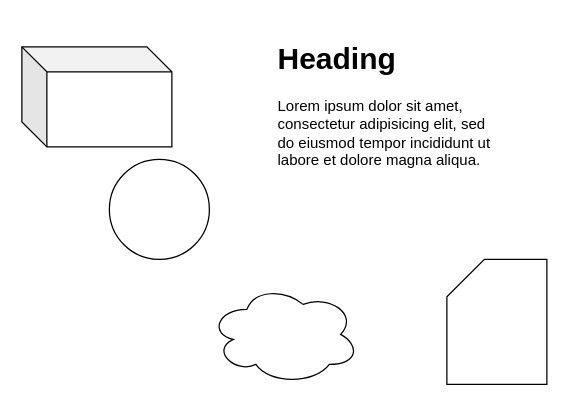
The draw.io diagram diagrama.drawio in Albertogc25/proyecto_lasa-a, before the edit. Source tidied: cells renumbered, new cells numbered last; positions are measured from the earlier drawing's top-left corner, leaving out a move shared by most shapes. Both pictures are drawn from the tidied source at 125%, with x=0, y=0 at pixel (21, 34).
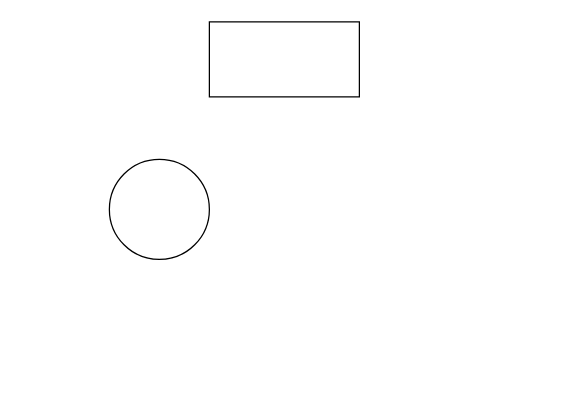
After the change.

Change to the diagram source:
```diff
@@
 <mxGraphModel>
   <root>
     <mxCell id="0" />
     <mxCell id="1" parent="0" />
     <mxCell id="2" style="ellipse;whiteSpace=wrap;html=1;" parent="1" vertex="1">
       <mxGeometry x="70" y="100" width="80" height="80" as="geometry" />
     </mxCell>
-    <mxCell id="3" value="&lt;h1&gt;Heading&lt;/h1&gt;&lt;p&gt;Lorem ipsum dolor sit amet, consectetur adipisicing elit, sed do eiusmod tempor incididunt ut labore et dolore magna aliqua.&lt;/p&gt;" style="text;html=1;strokeColor=none;fillColor=none;spacing=5;spacingTop=-20;whiteSpace=wrap;overflow=hidden;rounded=0;" parent="1" vertex="1">
-      <mxGeometry x="200" width="190" height="120" as="geometry" />
-    </mxCell>
-    <mxCell id="4" style="ellipse;shape=cloud;whiteSpace=wrap;html=1;" parent="1" vertex="1">
-      <mxGeometry x="150" y="200" width="120" height="80" as="geometry" />
-    </mxCell>
-    <mxCell id="5" style="shape=cube;whiteSpace=wrap;html=1;boundedLbl=1;backgroundOutline=1;darkOpacity=0.05;darkOpacity2=0.1;" parent="1" vertex="1">
-      <mxGeometry y="10" width="120" height="80" as="geometry" />
-    </mxCell>
-    <mxCell id="6" style="shape=card;whiteSpace=wrap;html=1;" parent="1" vertex="1">
-      <mxGeometry x="340" y="180" width="80" height="100" as="geometry" />
-    </mxCell>
+    <mxCell id="7" style="rounded=0;whiteSpace=wrap;html=1;" parent="1" vertex="1">
+      <mxGeometry x="150" y="-10" width="120" height="60" as="geometry" />
+    </mxCell>
   </root>
 </mxGraphModel>
```
